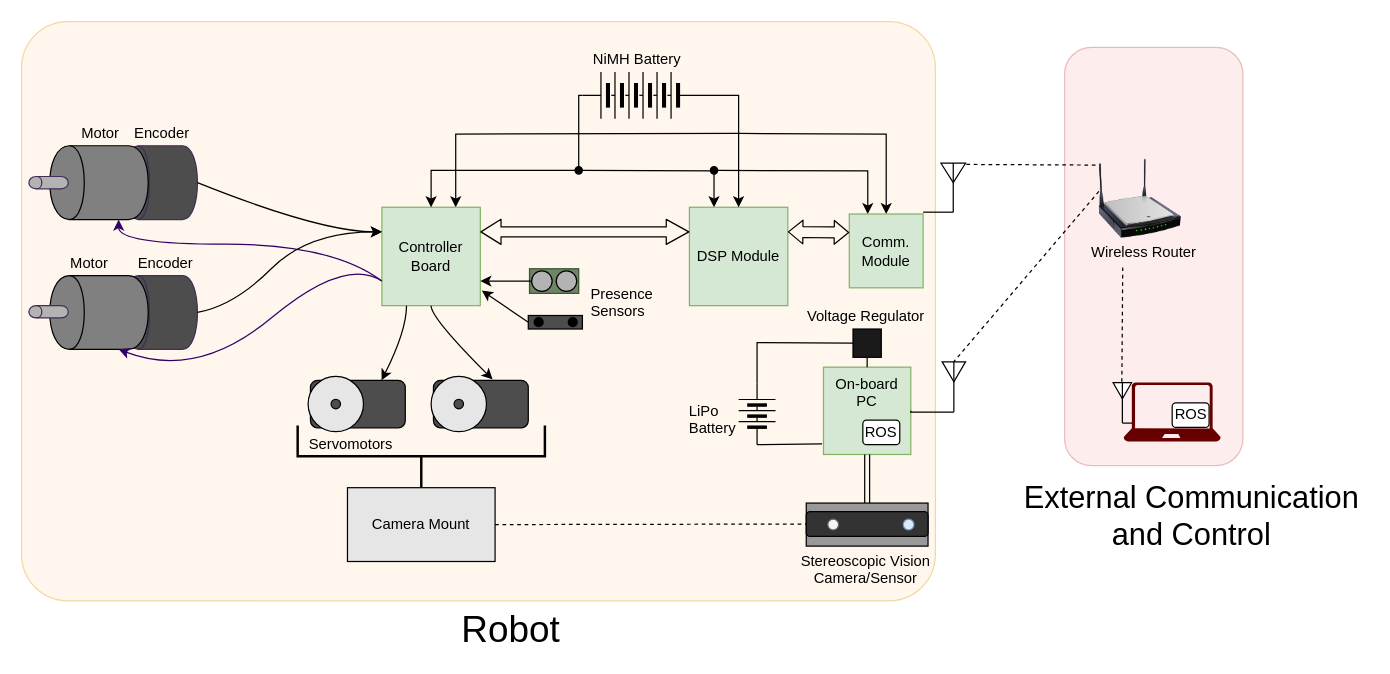
Before: Diagrams/Interfaces.drawio in A01371852/ROS_Autonomous_SLAM, a draw.io diagram. Source tidied: cells renumbered, new cells numbered last; positions are measured from the earlier drawing's top-left corner, leaving out a move shared by most shapes. Both pictures are drawn from the tidied source at 123%, with x=0, y=0 at pixel (21, 21).
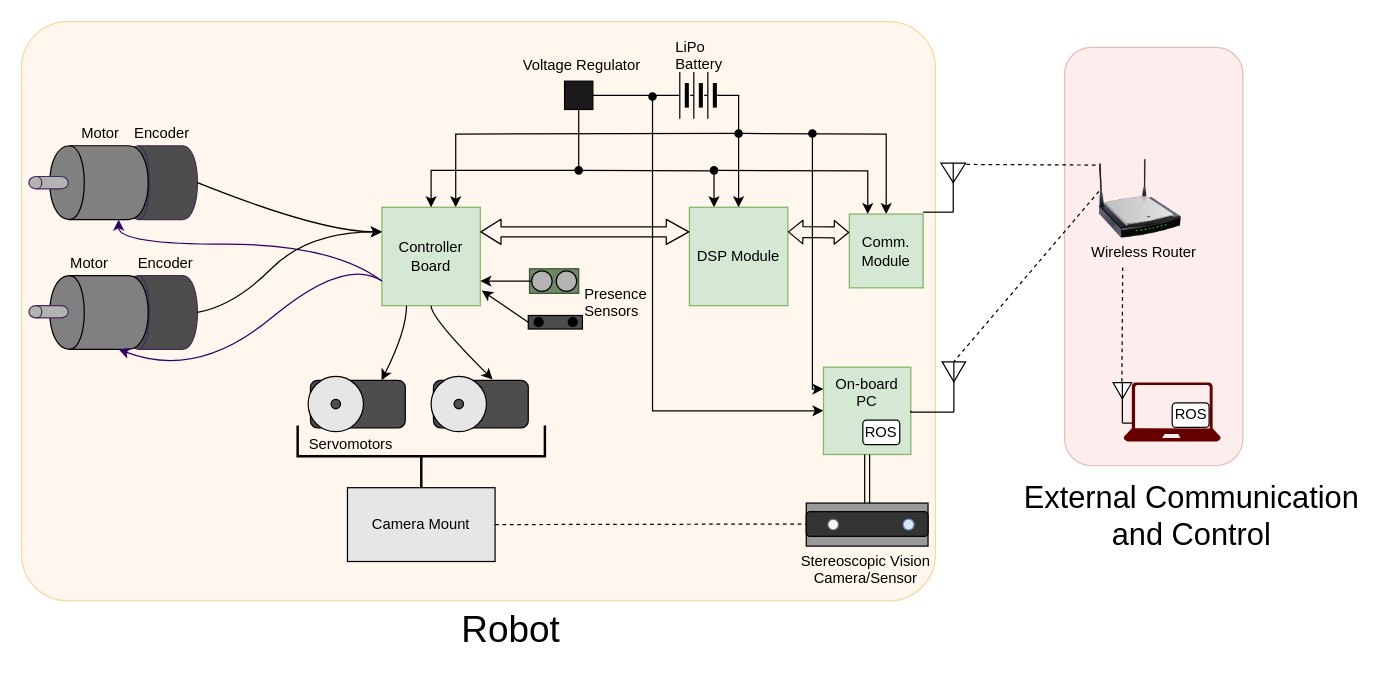
The same diagram, later.

Commit message (it also covers changes not shown here):
Changed power supply and regulator

Unchanged cells that the change refers to:
```xml
<mxCell id="7" value="Controller Board" style="whiteSpace=wrap;html=1;fillColor=#d5e8d4;strokeColor=#82b366;" parent="1" vertex="1">
  <mxGeometry x="293" y="151" width="80" height="80" as="geometry" />
</mxCell>
<mxCell id="43" value="DSP Module" style="whiteSpace=wrap;html=1;fillColor=#d5e8d4;strokeColor=#82b366;" parent="1" vertex="1">
  <mxGeometry x="543" y="151" width="80" height="80" as="geometry" />
</mxCell>
<mxCell id="47" value="Comm. Module" style="whiteSpace=wrap;html=1;fillColor=#d5e8d4;strokeColor=#82b366;" parent="1" vertex="1">
  <mxGeometry x="673" y="156.5" width="60" height="60" as="geometry" />
</mxCell>
<mxCell id="61" value="On-board PC" style="whiteSpace=wrap;html=1;fillColor=#d5e8d4;strokeColor=#82b366;verticalAlign=top;" parent="1" vertex="1">
  <mxGeometry x="652" y="281" width="71" height="71" as="geometry" />
</mxCell>
```

The edit, as a diff of the source:
```diff
@@
     <mxCell id="28" value="Presence&lt;br&gt;Sensors" style="text;html=1;align=left;verticalAlign=top;spacingTop=-4;" parent="1" vertex="1">
-      <mxGeometry x="461" y="212" width="70" height="30" as="geometry" />
+      <mxGeometry x="456" y="212" width="70" height="30" as="geometry" />
     </mxCell>
@@
-    <mxCell id="46" style="edgeStyle=orthogonalEdgeStyle;rounded=0;jettySize=auto;html=1;exitX=0.5;exitY=0;exitDx=0;exitDy=0;strokeColor=#000000;entryX=0.5;entryY=0;entryDx=0;entryDy=0;" parent="1" edge="1" target="47">
+    <mxCell id="46" style="edgeStyle=orthogonalEdgeStyle;rounded=0;jettySize=auto;html=1;exitX=0.5;exitY=0;exitDx=0;exitDy=0;strokeColor=#000000;entryX=0.5;entryY=0;entryDx=0;entryDy=0;startArrow=oval;startFill=1;" parent="1" edge="1" target="47">
       <mxGeometry relative="1" as="geometry">
         <mxPoint x="583" y="91" as="sourcePoint" />
       </mxGeometry>
     </mxCell>
@@
-    <mxCell id="51" style="edgeStyle=orthogonalEdgeStyle;rounded=0;jettySize=auto;html=1;exitX=1;exitY=0.5;exitDx=0;exitDy=0;entryX=0.5;entryY=0;entryDx=0;entryDy=0;strokeColor=#000000;" parent="1" edge="1" source="53" target="7">
-      <mxGeometry relative="1" as="geometry">
-        <Array as="points">
-          <mxPoint x="453" y="60" />
-          <mxPoint x="453" y="121" />
-          <mxPoint x="333" y="121" />
-        </Array>
-      </mxGeometry>
-    </mxCell>
     <mxCell id="52" style="edgeStyle=orthogonalEdgeStyle;rounded=0;jettySize=auto;html=1;exitX=0;exitY=0.5;exitDx=0;exitDy=0;entryX=0.5;entryY=0;entryDx=0;entryDy=0;strokeColor=#000000;" parent="1" edge="1" source="53" target="43">
-      <mxGeometry relative="1" as="geometry" />
+      <mxGeometry relative="1" as="geometry">
+        <Array as="points">
+          <mxPoint x="583" y="60" />
+        </Array>
+      </mxGeometry>
     </mxCell>
+    <mxCell id="85" style="edgeStyle=orthogonalEdgeStyle;rounded=0;jettySize=auto;html=1;exitX=1;exitY=0.5;exitDx=0;exitDy=0;entryX=1;entryY=0.5;entryDx=0;entryDy=0;endArrow=none;endFill=0;" parent="1" edge="1" source="53" target="67">
+      <mxGeometry relative="1" as="geometry" />
+    </mxCell>
     <mxCell id="53" style="verticalLabelPosition=bottom;shadow=0;dashed=0;align=center;fillColor=#ffffff;html=1;verticalAlign=top;strokeWidth=1;shape=mxgraph.electrical.miscellaneous.batteryStack;rotation=180;" parent="1" vertex="1">
-      <mxGeometry x="456" y="41" width="94" height="38" as="geometry" />
+      <mxGeometry x="521.5" y="41" width="57" height="38" as="geometry" />
     </mxCell>
-    <mxCell id="54" value="NiMH Battery" style="text;html=1;align=left;verticalAlign=top;spacingTop=-4;" parent="1" vertex="1">
-      <mxGeometry x="463" y="21" width="90" height="20" as="geometry" />
-    </mxCell>
@@
+    <mxCell id="86" style="edgeStyle=orthogonalEdgeStyle;rounded=0;jettySize=auto;html=1;exitX=0;exitY=0.5;exitDx=0;exitDy=0;endArrow=classic;endFill=1;entryX=0;entryY=0.5;entryDx=0;entryDy=0;startArrow=oval;startFill=1;" parent="1" edge="1" target="61">
+      <mxGeometry relative="1" as="geometry">
+        <mxPoint x="513" y="61" as="sourcePoint" />
+        <Array as="points">
+          <mxPoint x="513" y="317" />
+        </Array>
+      </mxGeometry>
+    </mxCell>
+    <mxCell id="87" style="edgeStyle=orthogonalEdgeStyle;rounded=0;jettySize=auto;html=1;exitX=0;exitY=0.25;exitDx=0;exitDy=0;startArrow=oval;startFill=1;endArrow=classic;endFill=1;entryX=0;entryY=0.25;entryDx=0;entryDy=0;" parent="1" edge="1" target="61">
+      <mxGeometry relative="1" as="geometry">
+        <mxPoint x="643" y="91" as="sourcePoint" />
+        <Array as="points">
+          <mxPoint x="643" y="299" />
+        </Array>
+      </mxGeometry>
+    </mxCell>
@@
-    <mxCell id="63" style="edgeStyle=none;rounded=0;jettySize=auto;html=1;exitX=0;exitY=0.5;exitDx=0;exitDy=0;entryX=-0.016;entryY=0.878;entryDx=0;entryDy=0;entryPerimeter=0;startArrow=none;startFill=0;strokeColor=#000000;endArrow=none;endFill=0;" parent="1" edge="1" source="65" target="61">
-      <mxGeometry relative="1" as="geometry" />
-    </mxCell>
-    <mxCell id="64" style="edgeStyle=none;rounded=0;jettySize=auto;html=1;exitX=1;exitY=0.5;exitDx=0;exitDy=0;entryX=0;entryY=0.5;entryDx=0;entryDy=0;startArrow=none;startFill=0;endArrow=none;endFill=0;strokeColor=#000000;" parent="1" edge="1" source="65" target="67">
-      <mxGeometry relative="1" as="geometry">
-        <Array as="points">
-          <mxPoint x="598" y="261" />
-        </Array>
-      </mxGeometry>
-    </mxCell>
-    <mxCell id="65" style="verticalLabelPosition=bottom;shadow=0;dashed=0;align=center;fillColor=#ffffff;html=1;verticalAlign=top;strokeWidth=1;shape=mxgraph.electrical.miscellaneous.batteryStack;rotation=-90;" parent="1" vertex="1">
-      <mxGeometry x="573" y="304" width="50" height="30" as="geometry" />
-    </mxCell>
-    <mxCell id="66" style="edgeStyle=none;rounded=0;jettySize=auto;html=1;exitX=0.5;exitY=1;exitDx=0;exitDy=0;entryX=0.5;entryY=0;entryDx=0;entryDy=0;startArrow=none;startFill=0;endArrow=none;endFill=0;strokeColor=#000000;" parent="1" edge="1" source="67" target="61">
-      <mxGeometry relative="1" as="geometry" />
-    </mxCell>
+    <mxCell id="88" style="edgeStyle=orthogonalEdgeStyle;rounded=0;jettySize=auto;html=1;exitX=0.5;exitY=1;exitDx=0;exitDy=0;entryX=0.5;entryY=0;entryDx=0;entryDy=0;endArrow=classic;endFill=1;" parent="1" edge="1" source="67" target="7">
+      <mxGeometry relative="1" as="geometry">
+        <Array as="points">
+          <mxPoint x="453" y="121" />
+          <mxPoint x="333" y="121" />
+        </Array>
+      </mxGeometry>
+    </mxCell>
     <mxCell id="67" style="whiteSpace=wrap;html=1;fillColor=#1A1A1A;" parent="1" vertex="1">
-      <mxGeometry x="676" y="250" width="23" height="23" as="geometry" />
+      <mxGeometry x="441.5" y="48.5" width="23" height="23" as="geometry" />
     </mxCell>
     <mxCell id="68" value="Voltage Regulator" style="text;html=1;align=left;verticalAlign=top;spacingTop=-4;" parent="1" vertex="1">
-      <mxGeometry x="637" y="230" width="110" height="20" as="geometry" />
+      <mxGeometry x="406" y="26" width="110" height="20" as="geometry" />
     </mxCell>
     <mxCell id="69" value="LiPo&lt;br&gt;Battery" style="text;html=1;align=left;verticalAlign=top;spacingTop=-4;" parent="1" vertex="1">
-      <mxGeometry x="541" y="307" width="50" height="30" as="geometry" />
+      <mxGeometry x="530" y="11" width="50" height="30" as="geometry" />
     </mxCell>
```
